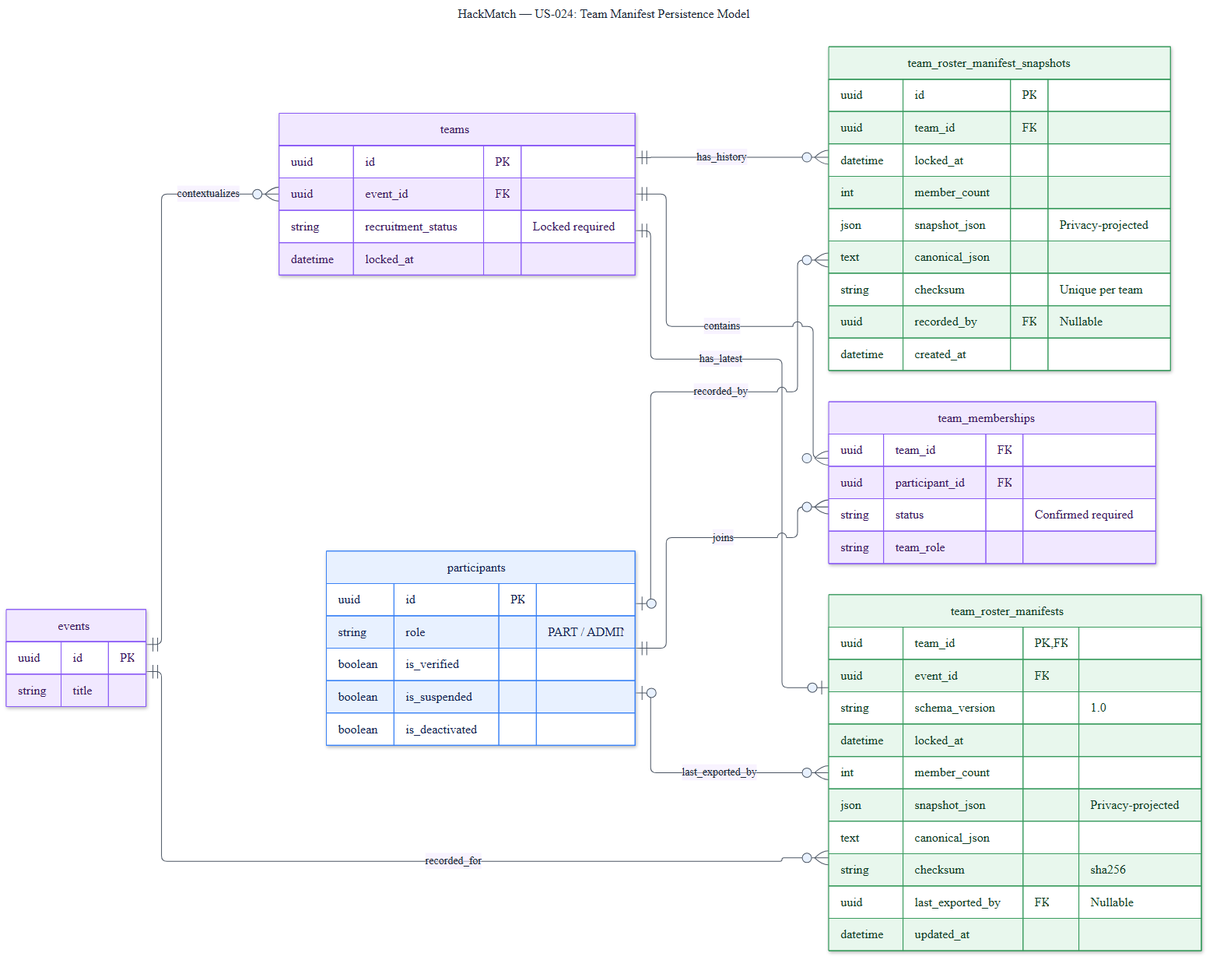
The Mermaid diagram docs/diagrams/US-024/US-024-team-manifest-data-model.png in comp313-g1/HackMatch, before a commit. Its source is kept beside it as docs/diagrams/US-024/US-024-team-manifest-data-model.mmd. Its diagram source:
```mermaid
---
title: "HackMatch — US-024: Team Manifest Persistence Model"
---
%%{init: {"theme":"base","themeVariables":{"background":"#ffffff","primaryColor":"#e8f1ff","primaryTextColor":"#1f2937","primaryBorderColor":"#3b82f6","lineColor":"#4b5563","tertiaryColor":"#f1e8ff","fontFamily":"Arial, sans-serif"},"er":{"useMaxWidth":true,"diagramPadding":24,"layoutDirection":"LR","minEntityWidth":245,"minEntityHeight":75,"entityPadding":14,"stroke":"#4b5563","fill":"#ffffff","fontSize":14}}}%%
erDiagram
    direction LR

    EVENTS ||--o{ TEAMS : contextualizes
    TEAMS ||--o{ TEAM_MEMBERSHIPS : contains
    PARTICIPANTS ||--o{ TEAM_MEMBERSHIPS : joins
    TEAMS ||--o| TEAM_ROSTER_MANIFESTS : has_latest
    EVENTS ||--o{ TEAM_ROSTER_MANIFESTS : recorded_for
    PARTICIPANTS o|--o{ TEAM_ROSTER_MANIFESTS : last_exported_by
    TEAMS ||--o{ TEAM_ROSTER_MANIFEST_SNAPSHOTS : has_history
    PARTICIPANTS o|--o{ TEAM_ROSTER_MANIFEST_SNAPSHOTS : recorded_by

    PARTICIPANTS["participants"] {
        uuid id PK
        string role "PART / ADMIN"
        boolean is_verified
        boolean is_suspended
        boolean is_deactivated
    }

    EVENTS["events"] {
        uuid id PK
        string title
    }

    TEAMS["teams"] {
        uuid id PK
        uuid event_id FK
        string recruitment_status "Locked required"
        datetime locked_at
    }

    TEAM_MEMBERSHIPS["team_memberships"] {
        uuid team_id FK
        uuid participant_id FK
        string status "Confirmed required"
        string team_role
    }

    TEAM_ROSTER_MANIFESTS["team_roster_manifests"] {
        uuid team_id PK, FK
        uuid event_id FK
        string schema_version "1.0"
        datetime locked_at
        int member_count
        json snapshot_json "Privacy-projected"
        text canonical_json
        string checksum "sha256"
        uuid last_exported_by FK "Nullable"
        datetime updated_at
    }

    TEAM_ROSTER_MANIFEST_SNAPSHOTS["team_roster_manifest_snapshots"] {
        uuid id PK
        uuid team_id FK
        datetime locked_at
        int member_count
        json snapshot_json "Privacy-projected"
        text canonical_json
        string checksum "Unique per team"
        uuid recorded_by FK "Nullable"
        datetime created_at
    }

    classDef identity fill:#e8f1ff,stroke:#3b82f6,color:#172554
    classDef domain fill:#f1e8ff,stroke:#8b5cf6,color:#3b1d64
    classDef persistence fill:#e8f7ed,stroke:#3a9b5f,color:#123d24
    class PARTICIPANTS identity
    class EVENTS,TEAMS,TEAM_MEMBERSHIPS domain
    class TEAM_ROSTER_MANIFESTS,TEAM_ROSTER_MANIFEST_SNAPSHOTS persistence
```
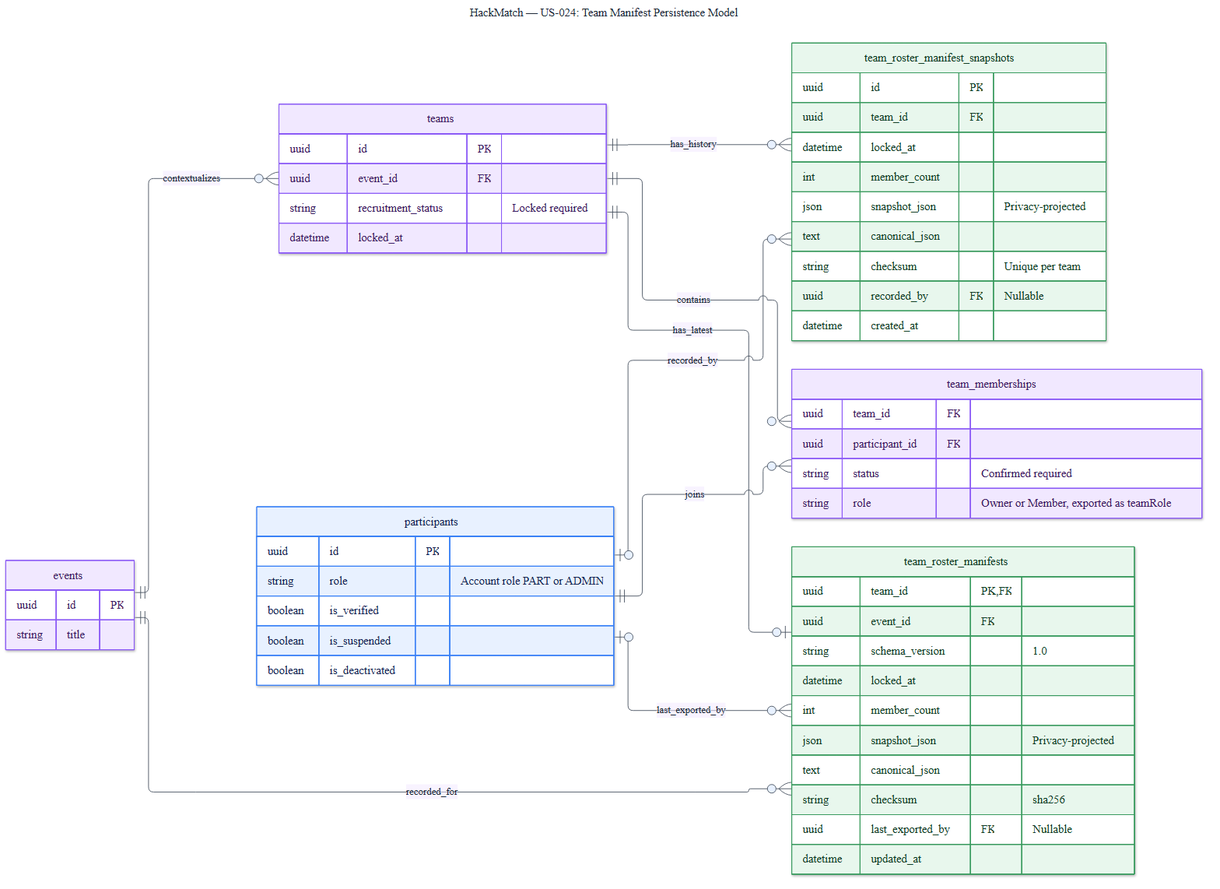
After the commit.

Diff of the diagram source:
```diff
@@ -16,7 +16,7 @@
 
     PARTICIPANTS["participants"] {
         uuid id PK
-        string role "PART / ADMIN"
+        string role "Account role PART or ADMIN"
         boolean is_verified
         boolean is_suspended
         boolean is_deactivated
@@ -38,7 +38,7 @@
         uuid team_id FK
         uuid participant_id FK
         string status "Confirmed required"
-        string team_role
+        string role "Owner or Member, exported as teamRole"
     }
 
     TEAM_ROSTER_MANIFESTS["team_roster_manifests"] {
```
